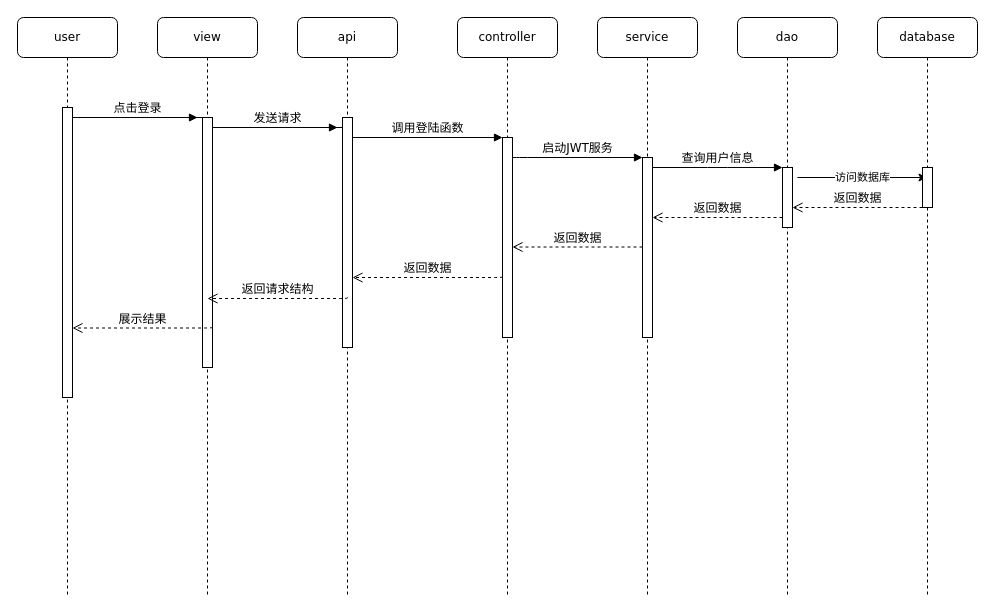
Before: 毕业设计CQUPT/登录时序图.drawio in myjdml/drowio, a draw.io diagram. Source tidied: cells renumbered, new cells numbered last; positions are measured from the earlier drawing's top-left corner, leaving out a move shared by most shapes. Both pictures are drawn from the tidied source at 100%, with x=0, y=0 at pixel (17, 17).
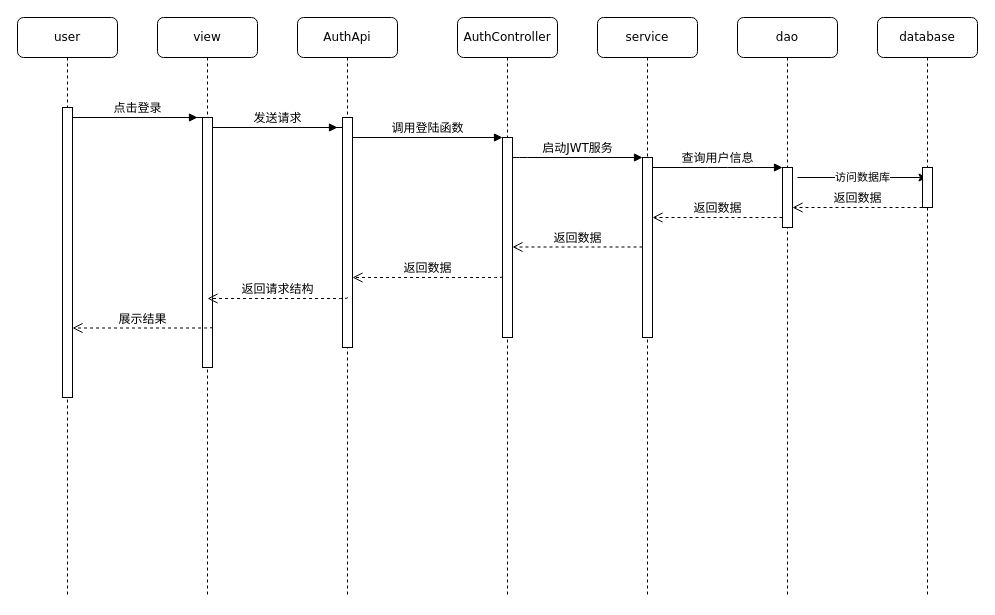
The same diagram, later.

Commit message:
更新登录时序图.drawio

Diff of the diagram source:
```diff
@@
-    <mxCell id="2" value="api" style="shape=umlLifeline;perimeter=lifelinePerimeter;whiteSpace=wrap;html=1;rounded=1;shadow=0;comic=0;labelBackgroundColor=none;strokeWidth=1;fontFamily=Verdana;fontSize=12;align=center;" parent="1" vertex="1">
+    <mxCell id="2" value="AuthApi" style="shape=umlLifeline;perimeter=lifelinePerimeter;whiteSpace=wrap;html=1;rounded=1;shadow=0;comic=0;labelBackgroundColor=none;strokeWidth=1;fontFamily=Verdana;fontSize=12;align=center;" parent="1" vertex="1">
       <mxGeometry x="280" width="100" height="580" as="geometry" />
     </mxCell>
@@
-    <mxCell id="5" value="controller" style="shape=umlLifeline;perimeter=lifelinePerimeter;whiteSpace=wrap;html=1;rounded=1;shadow=0;comic=0;labelBackgroundColor=none;strokeWidth=1;fontFamily=Verdana;fontSize=12;align=center;" parent="1" vertex="1">
+    <mxCell id="5" value="AuthController" style="shape=umlLifeline;perimeter=lifelinePerimeter;whiteSpace=wrap;html=1;rounded=1;shadow=0;comic=0;labelBackgroundColor=none;strokeWidth=1;fontFamily=Verdana;fontSize=12;align=center;" parent="1" vertex="1">
       <mxGeometry x="440" width="100" height="580" as="geometry" />
     </mxCell>
```
